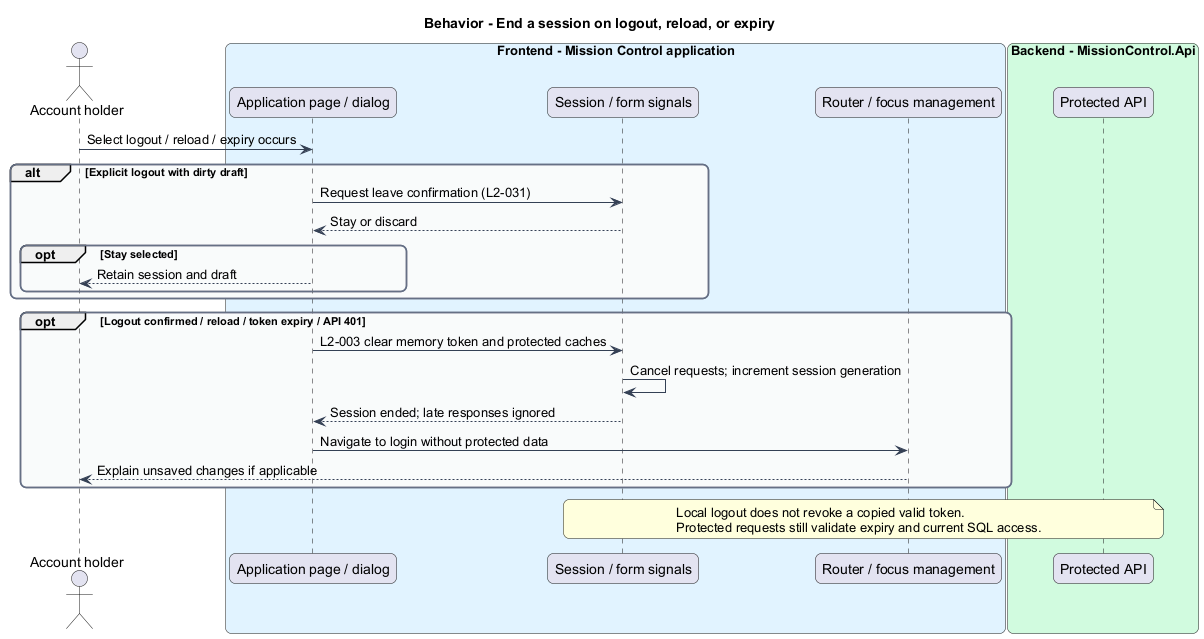
Earlier version of the PlantUML export docs/detailed-designs/identity/sign-in-and-end-session/diagrams/sequence-logout-expiry.png (QuinntyneBrown/mission-control).
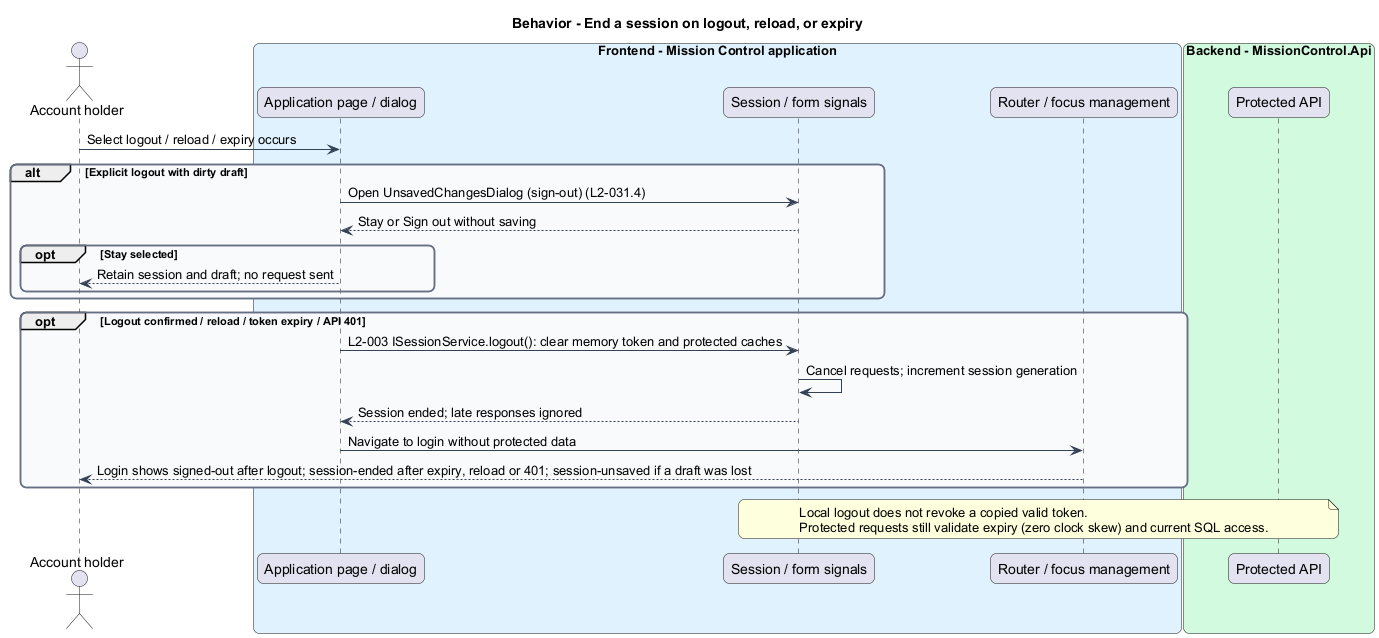
Above is the later version.

The edit, as a diff of the source:
```diff
@@ -25,21 +25,21 @@
 end box
 actor -> page : Select logout / reload / expiry occurs
 alt Explicit logout with dirty draft
-  page -> state : Request leave confirmation (L2-031)
-  state --> page : Stay or discard
+  page -> state : Open UnsavedChangesDialog (sign-out) (L2-031.4)
+  state --> page : Stay or Sign out without saving
   opt Stay selected
-    page --> actor : Retain session and draft
+    page --> actor : Retain session and draft; no request sent
   end
 end
 opt Logout confirmed / reload / token expiry / API 401
-  page -> state : L2-003 clear memory token and protected caches
+  page -> state : L2-003 ISessionService.logout(): clear memory token and protected caches
   state -> state : Cancel requests; increment session generation
   state --> page : Session ended; late responses ignored
   page -> router : Navigate to login without protected data
-  router --> actor : Explain unsaved changes if applicable
+  router --> actor : Login shows signed-out after logout; session-ended after expiry, reload or 401; session-unsaved if a draft was lost
 end
 note over state, api
 Local logout does not revoke a copied valid token.
-Protected requests still validate expiry and current SQL access.
+Protected requests still validate expiry (zero clock skew) and current SQL access.
 end note
 @enduml
```
